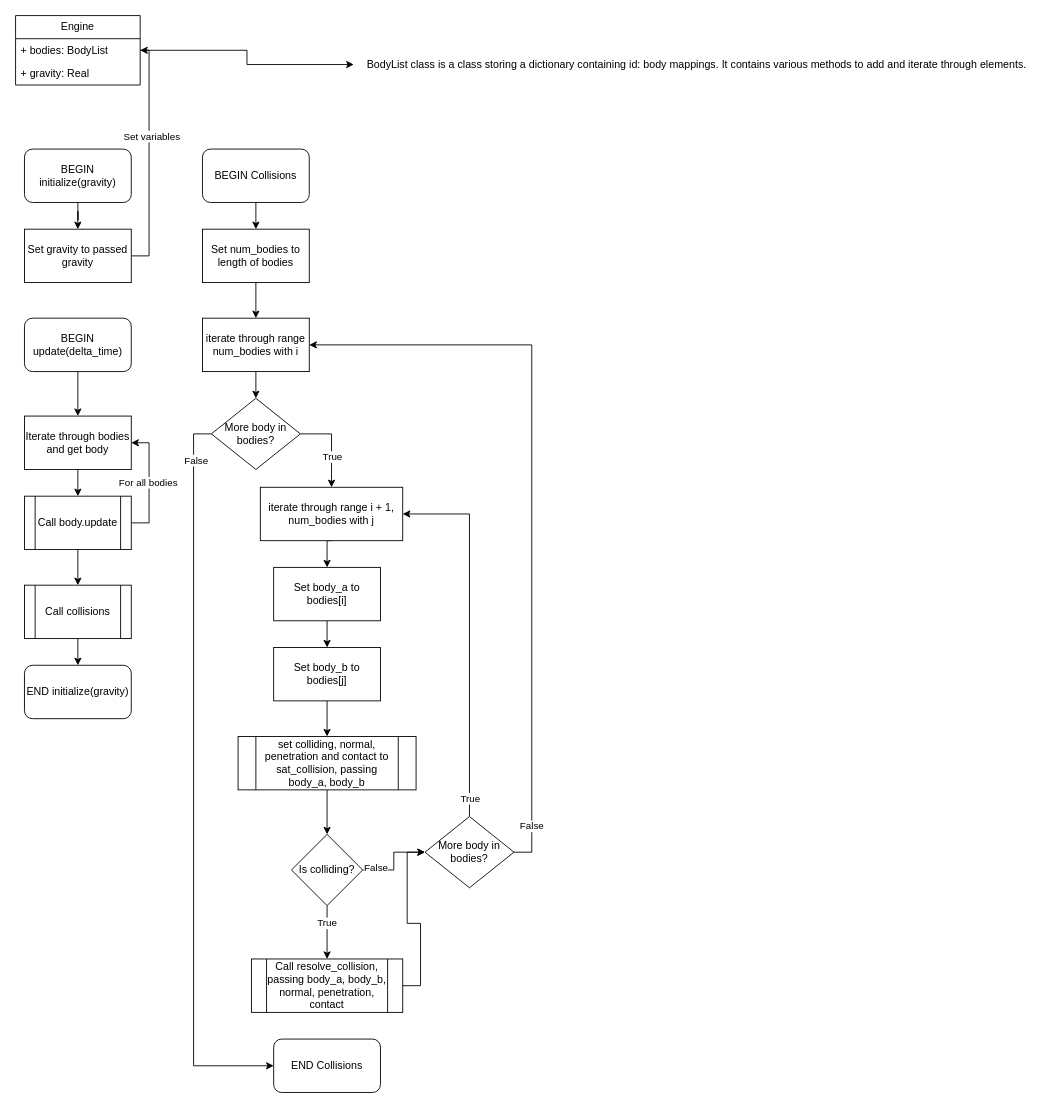
This is physics.drawio from sub-arctic/software-task-1, a draw.io file, before an edit. Source tidied: cells renumbered, new cells numbered last; positions are measured from the earlier drawing's top-left corner, leaving out a move shared by most shapes. Both pictures are drawn from the tidied source at 89%, with x=0, y=0 at pixel (15, 15).
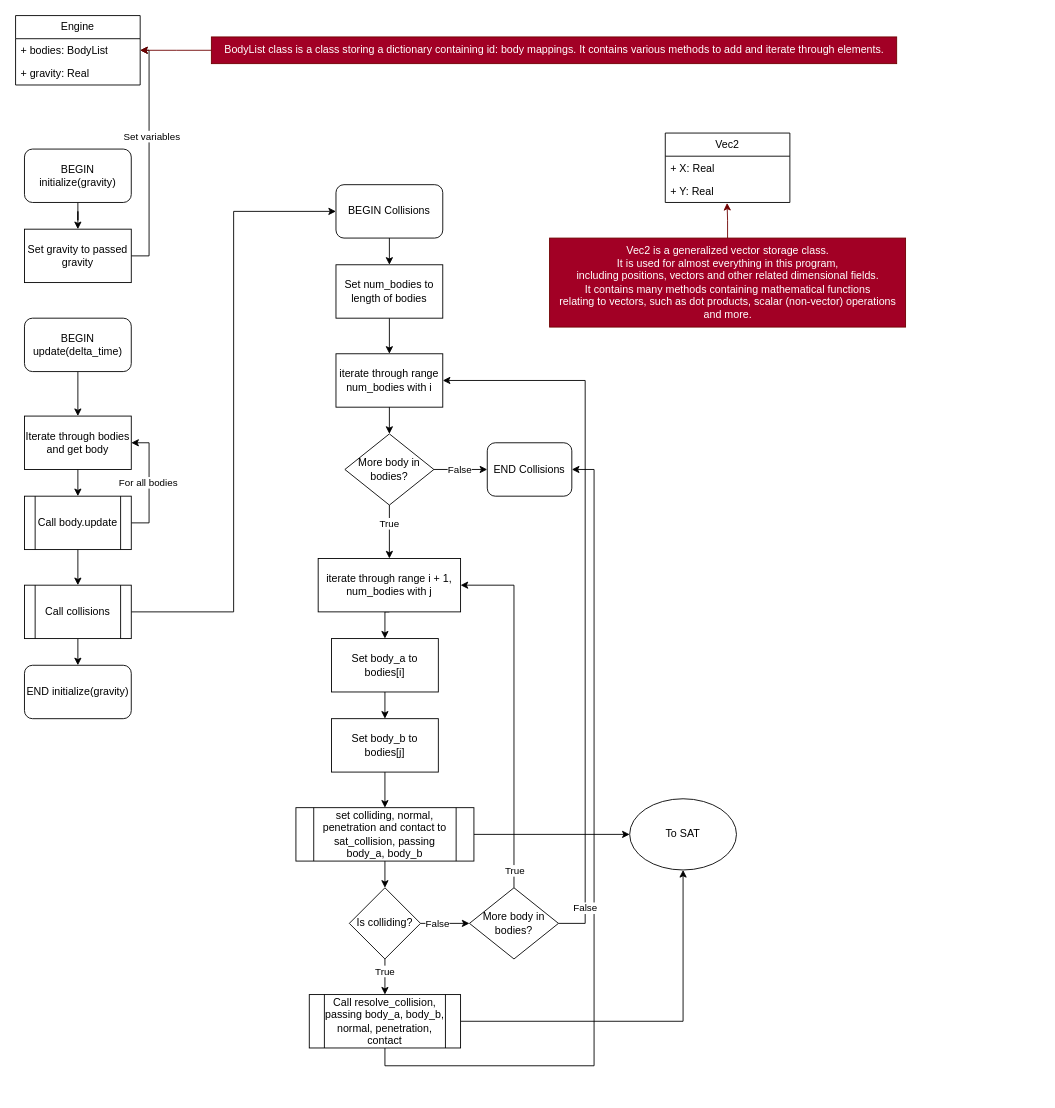
Above is the later version.

Unchanged cells that the change refers to:
```xml
<mxCell id="3" value="+ bodies: BodyList" style="text;strokeColor=none;fillColor=none;align=left;verticalAlign=top;spacingLeft=4;spacingRight=4;overflow=hidden;points=[[0,0.5],[1,0.5]];portConstraint=eastwest;whiteSpace=wrap;html=1;" parent="2" vertex="1">
  <mxGeometry y="26" width="140" height="26" as="geometry" />
</mxCell>
<mxCell id="19" value="Call collisions" style="shape=process;whiteSpace=wrap;html=1;backgroundOutline=1;" parent="1" vertex="1">
  <mxGeometry x="10" y="640" width="120" height="60" as="geometry" />
</mxCell>
<mxCell id="35" style="edgeStyle=orthogonalEdgeStyle;rounded=0;jettySize=auto;html=1;exitX=1;exitY=0.5;exitDx=0;exitDy=0;entryX=0;entryY=0.5;entryDx=0;entryDy=0;" parent="1" edge="1" source="37" target="44">
  <mxGeometry relative="1" as="geometry" />
</mxCell>
```

Change to the diagram source:
```diff
@@
+    <mxCell id="55" style="edgeStyle=orthogonalEdgeStyle;rounded=0;jettySize=auto;html=1;exitX=1;exitY=0.5;exitDx=0;exitDy=0;entryX=0;entryY=0.5;entryDx=0;entryDy=0;" parent="1" edge="1" source="19" target="21">
+      <mxGeometry relative="1" as="geometry" />
+    </mxCell>
@@
     <mxCell id="21" value="BEGIN Collisions" style="rounded=1;whiteSpace=wrap;html=1;" parent="1" vertex="1">
-      <mxGeometry x="210" y="150" width="120" height="60" as="geometry" />
+      <mxGeometry x="360" y="190" width="120" height="60" as="geometry" />
     </mxCell>
@@
     <mxCell id="23" value="Set num_bodies to length of bodies" style="rounded=0;whiteSpace=wrap;html=1;" parent="1" vertex="1">
-      <mxGeometry x="210" y="240" width="120" height="60" as="geometry" />
+      <mxGeometry x="360" y="280" width="120" height="60" as="geometry" />
     </mxCell>
     <mxCell id="24" value="iterate through range num_bodies with i" style="rounded=0;whiteSpace=wrap;html=1;" parent="1" vertex="1">
-      <mxGeometry x="210" y="340" width="120" height="60" as="geometry" />
+      <mxGeometry x="360" y="380" width="120" height="60" as="geometry" />
     </mxCell>
@@
     <mxCell id="26" value="iterate through range i + 1, num_bodies with j" style="rounded=0;whiteSpace=wrap;html=1;" parent="1" vertex="1">
-      <mxGeometry x="275" y="530" width="160" height="60" as="geometry" />
+      <mxGeometry x="340" y="610" width="160" height="60" as="geometry" />
     </mxCell>
@@
     <mxCell id="28" value="Set body_a to bodies[i]" style="rounded=0;whiteSpace=wrap;html=1;" parent="1" vertex="1">
-      <mxGeometry x="290" y="620" width="120" height="60" as="geometry" />
+      <mxGeometry x="355" y="700" width="120" height="60" as="geometry" />
     </mxCell>
@@
     <mxCell id="30" value="Set body_b to bodies[j]" style="rounded=0;whiteSpace=wrap;html=1;" parent="1" vertex="1">
-      <mxGeometry x="290" y="710" width="120" height="60" as="geometry" />
+      <mxGeometry x="355" y="790" width="120" height="60" as="geometry" />
     </mxCell>
@@
+    <mxCell id="56" style="edgeStyle=orthogonalEdgeStyle;rounded=0;jettySize=auto;html=1;exitX=1;exitY=0.5;exitDx=0;exitDy=0;" parent="1" edge="1" source="32" target="64">
+      <mxGeometry relative="1" as="geometry" />
+    </mxCell>
     <mxCell id="32" value="set colliding, normal, penetration and contact to sat_collision, passing body_a, body_b" style="shape=process;whiteSpace=wrap;html=1;backgroundOutline=1;" parent="1" vertex="1">
-      <mxGeometry x="250" y="810" width="200" height="60" as="geometry" />
+      <mxGeometry x="315" y="890" width="200" height="60" as="geometry" />
     </mxCell>
@@
     <mxCell id="36" value="False" style="edgeLabel;html=1;align=center;verticalAlign=middle;" parent="35" vertex="1">
-      <mxGeometry x="-0.68" y="3" relative="1" as="geometry" />
+      <mxGeometry x="-0.68" y="3" relative="1" as="geometry">
+        <mxPoint x="9" y="3" as="offset" />
+      </mxGeometry>
     </mxCell>
     <mxCell id="37" value="Is colliding?" style="rhombus;whiteSpace=wrap;html=1;" parent="1" vertex="1">
-      <mxGeometry x="310" y="920" width="80" height="80" as="geometry" />
+      <mxGeometry x="375" y="980" width="80" height="80" as="geometry" />
     </mxCell>
-    <mxCell id="38" style="edgeStyle=orthogonalEdgeStyle;rounded=0;jettySize=auto;html=1;exitX=1;exitY=0.5;exitDx=0;exitDy=0;entryX=0;entryY=0.5;entryDx=0;entryDy=0;" parent="1" edge="1" source="39" target="44">
-      <mxGeometry relative="1" as="geometry" />
-    </mxCell>
+    <mxCell id="57" style="edgeStyle=orthogonalEdgeStyle;rounded=0;jettySize=auto;html=1;exitX=1;exitY=0.5;exitDx=0;exitDy=0;entryX=0.5;entryY=1;entryDx=0;entryDy=0;" parent="1" edge="1" source="39" target="64">
+      <mxGeometry relative="1" as="geometry" />
+    </mxCell>
+    <mxCell id="58" style="edgeStyle=orthogonalEdgeStyle;rounded=0;jettySize=auto;html=1;exitX=0.5;exitY=1;exitDx=0;exitDy=0;entryX=1;entryY=0.5;entryDx=0;entryDy=0;" parent="1" edge="1" source="39" target="54">
+      <mxGeometry relative="1" as="geometry">
+        <Array as="points">
+          <mxPoint x="415" y="1180" />
+          <mxPoint x="650" y="1180" />
+          <mxPoint x="650" y="510" />
+        </Array>
+      </mxGeometry>
+    </mxCell>
     <mxCell id="39" value="Call resolve_collision, passing body_a, body_b, normal, penetration, contact" style="shape=process;whiteSpace=wrap;html=1;backgroundOutline=1;" parent="1" vertex="1">
-      <mxGeometry x="265" y="1060" width="170" height="60" as="geometry" />
+      <mxGeometry x="330" y="1100" width="170" height="60" as="geometry" />
     </mxCell>
@@
     <mxCell id="42" style="edgeStyle=orthogonalEdgeStyle;rounded=0;jettySize=auto;html=1;exitX=1;exitY=0.5;exitDx=0;exitDy=0;entryX=1;entryY=0.5;entryDx=0;entryDy=0;" parent="1" edge="1" source="44" target="24">
-      <mxGeometry relative="1" as="geometry" />
+      <mxGeometry relative="1" as="geometry">
+        <Array as="points">
+          <mxPoint x="640" y="1020" />
+          <mxPoint x="640" y="410" />
+        </Array>
+      </mxGeometry>
     </mxCell>
@@
     <mxCell id="44" value="More body in bodies?" style="rhombus;whiteSpace=wrap;html=1;" parent="1" vertex="1">
-      <mxGeometry x="460" y="900" width="100" height="80" as="geometry" />
+      <mxGeometry x="510" y="980" width="100" height="80" as="geometry" />
     </mxCell>
@@
+    <mxCell id="59" style="edgeStyle=orthogonalEdgeStyle;rounded=0;jettySize=auto;html=1;fillColor=#a20025;strokeColor=#6F0000;" parent="1" edge="1" source="46">
+      <mxGeometry relative="1" as="geometry">
+        <mxPoint x="140" y="39" as="targetPoint" />
+      </mxGeometry>
+    </mxCell>
-    <mxCell id="46" value="BodyList class is a class storing a dictionary containing id: body mappings. It contains various methods to add and iterate through elements." style="text;html=1;align=center;verticalAlign=middle;points=[];strokeColor=none;fillColor=none;" parent="1" vertex="1">
-      <mxGeometry x="380" y="40" width="770" height="30" as="geometry" />
+    <mxCell id="46" value="BodyList class is a class storing a dictionary containing id: body mappings. It contains various methods to add and iterate through elements." style="text;html=1;align=center;verticalAlign=middle;points=[];strokeColor=#6F0000;fillColor=#a20025;fontColor=#ffffff;" parent="1" vertex="1">
+      <mxGeometry x="220" y="24" width="770" height="30" as="geometry" />
     </mxCell>
-    <mxCell id="47" style="edgeStyle=orthogonalEdgeStyle;rounded=0;jettySize=auto;html=1;exitX=1;exitY=0.5;exitDx=0;exitDy=0;" parent="1" edge="1" source="3" target="46">
-      <mxGeometry relative="1" as="geometry" />
-    </mxCell>
@@
-    <mxCell id="49" style="edgeStyle=orthogonalEdgeStyle;rounded=0;jettySize=auto;html=1;exitX=1;exitY=0.5;exitDx=0;exitDy=0;entryX=0.5;entryY=0;entryDx=0;entryDy=0;" parent="1" edge="1" source="53" target="26">
+    <mxCell id="49" style="edgeStyle=orthogonalEdgeStyle;rounded=0;jettySize=auto;html=1;exitX=0.5;exitY=1;exitDx=0;exitDy=0;entryX=0.5;entryY=0;entryDx=0;entryDy=0;" parent="1" edge="1" source="53" target="26">
       <mxGeometry relative="1" as="geometry" />
     </mxCell>
     <mxCell id="50" value="True" style="edgeLabel;html=1;align=center;verticalAlign=middle;" parent="49" vertex="1">
-      <mxGeometry x="0.26" relative="1" as="geometry" />
+      <mxGeometry x="-0.32" y="-1" relative="1" as="geometry" />
     </mxCell>
-    <mxCell id="51" style="edgeStyle=orthogonalEdgeStyle;rounded=0;jettySize=auto;html=1;exitX=0;exitY=0.5;exitDx=0;exitDy=0;entryX=0;entryY=0.5;entryDx=0;entryDy=0;" parent="1" edge="1" source="53" target="54">
+    <mxCell id="51" style="edgeStyle=orthogonalEdgeStyle;rounded=0;jettySize=auto;html=1;exitX=1;exitY=0.5;exitDx=0;exitDy=0;entryX=0;entryY=0.5;entryDx=0;entryDy=0;" parent="1" edge="1" source="53" target="54">
       <mxGeometry relative="1" as="geometry" />
     </mxCell>
     <mxCell id="52" value="False" style="edgeLabel;html=1;align=center;verticalAlign=middle;" parent="51" vertex="1">
-      <mxGeometry x="-0.88" y="2" relative="1" as="geometry" />
+      <mxGeometry x="-0.05" y="-2" relative="1" as="geometry">
+        <mxPoint x="-1" y="-2" as="offset" />
+      </mxGeometry>
     </mxCell>
     <mxCell id="53" value="More body in bodies?" style="rhombus;whiteSpace=wrap;html=1;" parent="1" vertex="1">
-      <mxGeometry x="220" y="430" width="100" height="80" as="geometry" />
+      <mxGeometry x="370" y="470" width="100" height="80" as="geometry" />
     </mxCell>
     <mxCell id="54" value="END Collisions" style="rounded=1;whiteSpace=wrap;html=1;" parent="1" vertex="1">
-      <mxGeometry x="290" y="1150" width="120" height="60" as="geometry" />
+      <mxGeometry x="530" y="480" width="95" height="60" as="geometry" />
     </mxCell>
+    <mxCell id="60" value="Vec2" style="swimlane;fontStyle=0;horizontal=1;startSize=26;fillColor=none;whiteSpace=wrap;html=1;" parent="1" vertex="1">
+      <mxGeometry x="730" y="132" width="140" height="78" as="geometry" />
+    </mxCell>
+    <mxCell id="61" value="+ X: Real" style="text;strokeColor=none;fillColor=none;align=left;verticalAlign=top;spacingLeft=4;spacingRight=4;overflow=hidden;whiteSpace=wrap;html=1;" parent="60" vertex="1">
+      <mxGeometry y="26" width="140" height="26" as="geometry" />
+    </mxCell>
+    <mxCell id="62" value="+ Y: Real" style="text;strokeColor=none;fillColor=none;align=left;verticalAlign=top;spacingLeft=4;spacingRight=4;overflow=hidden;points=[[0,0.5],[1,0.5]];portConstraint=eastwest;whiteSpace=wrap;html=1;" parent="60" vertex="1">
+      <mxGeometry y="52" width="140" height="26" as="geometry" />
+    </mxCell>
+    <mxCell id="63" value="&lt;div&gt;Vec2 is a generalized vector storage class.&lt;/div&gt;&lt;div&gt;It is used for almost everything in this program, &lt;br&gt;&lt;/div&gt;&lt;div&gt;including positions, vectors and other related dimensional fields.&lt;/div&gt;&lt;div&gt;It contains many methods containing mathematical functions&lt;/div&gt;&lt;div&gt;relating to vectors, such as dot products, scalar (non-vector) operations&lt;/div&gt;&lt;div&gt;and more.&lt;/div&gt;" style="text;html=1;align=center;verticalAlign=middle;points=[];strokeColor=#6F0000;fillColor=#a20025;fontColor=#ffffff;" parent="1" vertex="1">
+      <mxGeometry x="600" y="250" width="400" height="100" as="geometry" />
+    </mxCell>
+    <mxCell id="64" value="To SAT" style="ellipse;whiteSpace=wrap;html=1;" parent="1" vertex="1">
+      <mxGeometry x="690" y="880" width="120" height="80" as="geometry" />
+    </mxCell>
+    <mxCell id="65" style="edgeStyle=orthogonalEdgeStyle;rounded=0;jettySize=auto;html=1;entryX=0.496;entryY=1.019;entryDx=0;entryDy=0;entryPerimeter=0;fillColor=#a20025;strokeColor=#6F0000;" parent="1" edge="1" source="63" target="62">
+      <mxGeometry relative="1" as="geometry" />
+    </mxCell>
```
